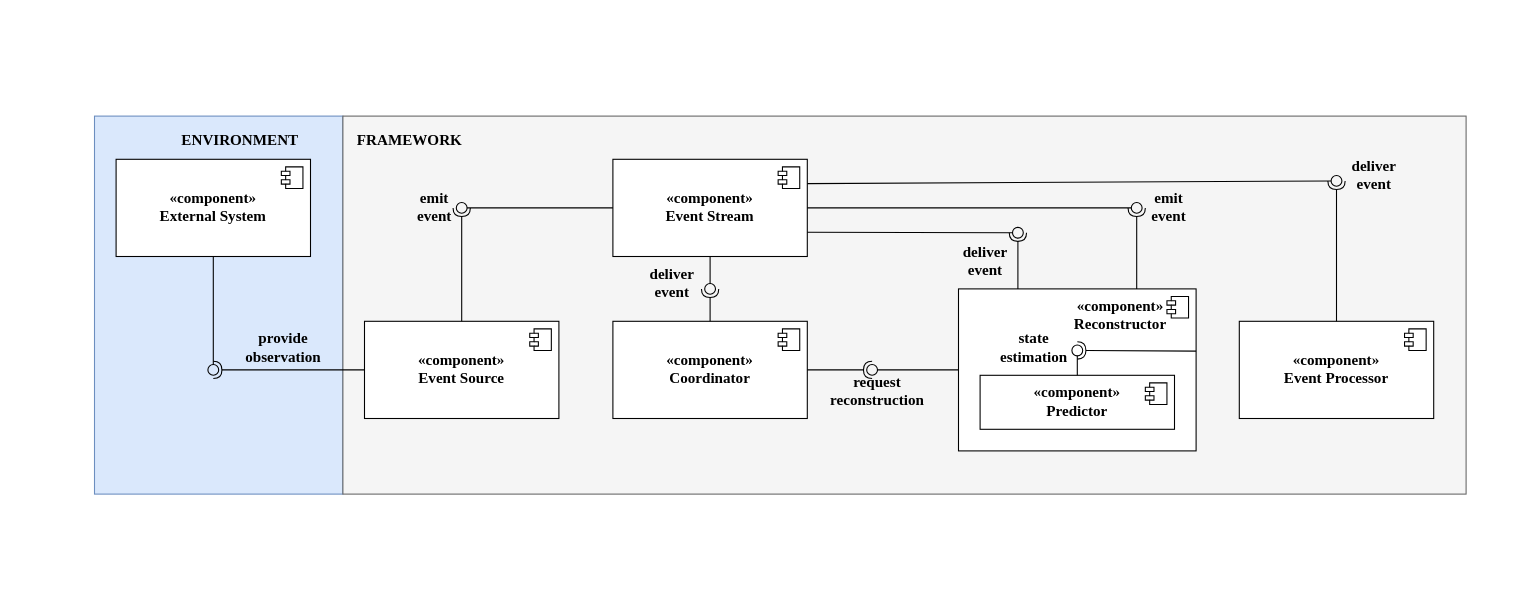
Above: docs/Diagrams/High Level Component Diagram.drawio in faith176/sots_kalman_filters (draw.io), before the change. Source tidied: cells renumbered, new cells numbered last; positions are measured from the earlier drawing's top-left corner, leaving out a move shared by most shapes. Both pictures are drawn from the tidied source at 108%, with x=0, y=0 at pixel (18, 18).
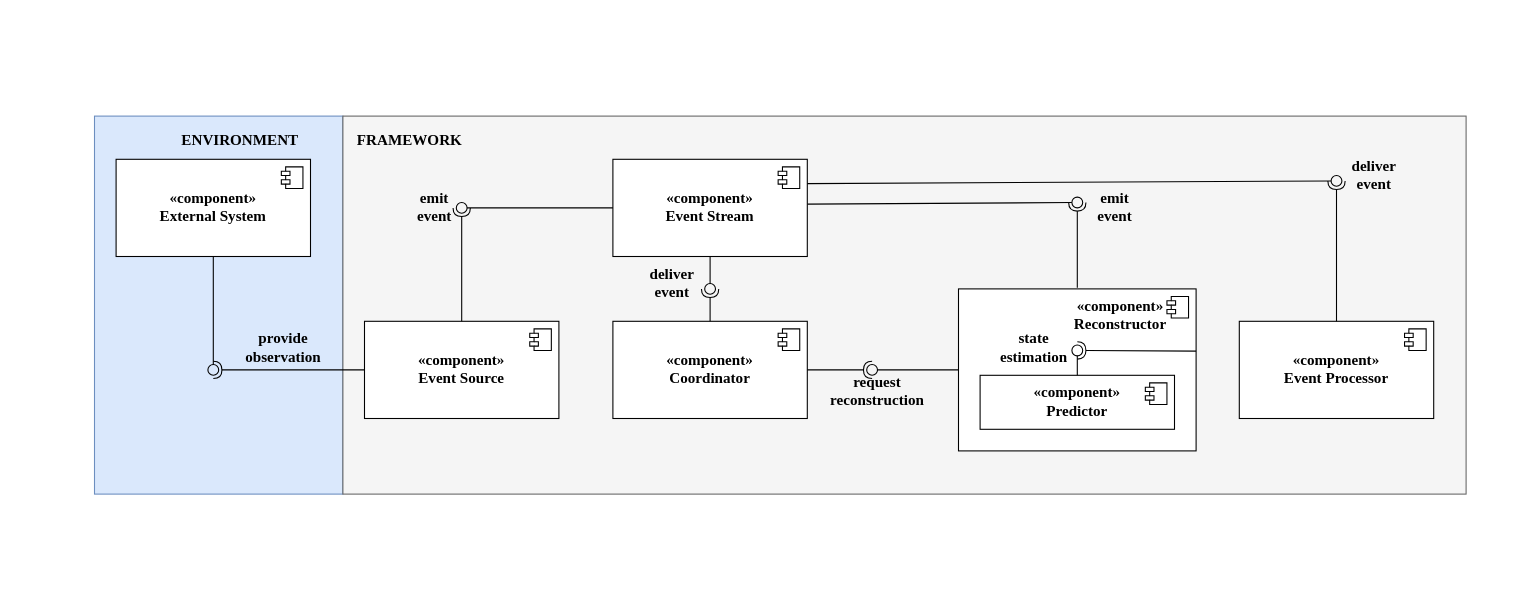
The same page after the edit.

Unchanged cells that the change refers to:
```xml
<mxCell id="5" style="group;fontFamily=Times New Roman;fontSize=14;fontStyle=1;" parent="1" vertex="1">
  <mxGeometry x="300" width="1070" height="530" as="geometry" />
</mxCell>
<mxCell id="15" style="html=1;whiteSpace=wrap;fontFamily=Times New Roman;fontSize=14;fontStyle=1;" parent="14" vertex="1">
  <mxGeometry width="220" height="150" as="geometry" />
</mxCell>
<mxCell id="27" value="«component»&lt;br&gt;&lt;span&gt;Event Stream&lt;/span&gt;" style="html=1;whiteSpace=wrap;fontFamily=Times New Roman;fontSize=14;fontStyle=1;" parent="1" vertex="1">
  <mxGeometry x="550" y="130" width="180" height="90" as="geometry" />
</mxCell>
```

Change to the diagram source:
```diff
@@
-    <mxCell id="10" value="&lt;strong&gt;deliver&lt;/strong&gt;&lt;br&gt;&lt;div&gt;event&lt;/div&gt;" style="text;html=1;whiteSpace=wrap;strokeColor=none;fillColor=none;align=center;verticalAlign=middle;rounded=0;fontFamily=Times New Roman;fontSize=14;fontStyle=1;" parent="5" vertex="1">
-      <mxGeometry x="560" y="210" width="70" height="30" as="geometry" />
-    </mxCell>
     <mxCell id="11" value="emit&lt;div&gt;event&lt;/div&gt;" style="text;html=1;whiteSpace=wrap;strokeColor=none;fillColor=none;align=center;verticalAlign=middle;rounded=0;fontFamily=Times New Roman;fontSize=14;fontStyle=1;" parent="5" vertex="1">
-      <mxGeometry x="730" y="160" width="70" height="30" as="geometry" />
+      <mxGeometry x="680" y="160" width="70" height="30" as="geometry" />
     </mxCell>
@@
-    <mxCell id="44" style="rounded=0;jettySize=auto;html=1;endArrow=oval;endFill=0;sketch=0;sourcePerimeterSpacing=0;targetPerimeterSpacing=0;endSize=10;exitX=1;exitY=0.75;exitDx=0;exitDy=0;fontFamily=Times New Roman;fontSize=14;fontStyle=1;" parent="1" edge="1" source="27">
-      <mxGeometry relative="1" as="geometry">
-        <mxPoint x="925" y="198" as="targetPoint" />
-      </mxGeometry>
-    </mxCell>
-    <mxCell id="45" style="rounded=0;jettySize=auto;html=1;endArrow=halfCircle;endFill=0;endSize=6;strokeWidth=1;sketch=0;exitX=0.25;exitY=0;exitDx=0;exitDy=0;fontFamily=Times New Roman;fontSize=14;fontStyle=1;" parent="1" edge="1" source="15">
-      <mxGeometry relative="1" as="geometry">
-        <mxPoint x="925" y="198" as="targetPoint" />
-      </mxGeometry>
-    </mxCell>
-    <mxCell id="46" style="rounded=0;jettySize=auto;html=1;endArrow=oval;endFill=0;sketch=0;sourcePerimeterSpacing=0;targetPerimeterSpacing=0;endSize=10;exitX=1;exitY=0.5;exitDx=0;exitDy=0;fontFamily=Times New Roman;fontSize=14;fontStyle=1;" parent="1" edge="1" source="27">
+    <mxCell id="46" style="rounded=0;jettySize=auto;html=1;endArrow=oval;endFill=0;sketch=0;sourcePerimeterSpacing=0;targetPerimeterSpacing=0;endSize=10;exitX=1.001;exitY=0.461;exitDx=0;exitDy=0;fontFamily=Times New Roman;fontSize=14;fontStyle=1;exitPerimeter=0;" parent="1" edge="1" source="27">
       <mxGeometry relative="1" as="geometry">
-        <mxPoint x="1035" y="175" as="targetPoint" />
+        <mxPoint x="980" y="170" as="targetPoint" />
       </mxGeometry>
     </mxCell>
-    <mxCell id="47" style="rounded=0;jettySize=auto;html=1;endArrow=halfCircle;endFill=0;endSize=6;strokeWidth=1;sketch=0;exitX=0.75;exitY=0;exitDx=0;exitDy=0;fontFamily=Times New Roman;fontSize=14;fontStyle=1;" parent="1" edge="1" source="15">
+    <mxCell id="47" style="rounded=0;orthogonalLoop=1;jettySize=auto;html=1;endArrow=halfCircle;endFill=0;endSize=6;strokeWidth=1;sketch=0;fontFamily=Times New Roman;fontSize=14;fontStyle=1;" parent="1" edge="1">
       <mxGeometry relative="1" as="geometry">
-        <mxPoint x="1035" y="175" as="targetPoint" />
+        <mxPoint x="980" y="249" as="sourcePoint" />
+        <mxPoint x="980" y="170" as="targetPoint" />
       </mxGeometry>
     </mxCell>
```
